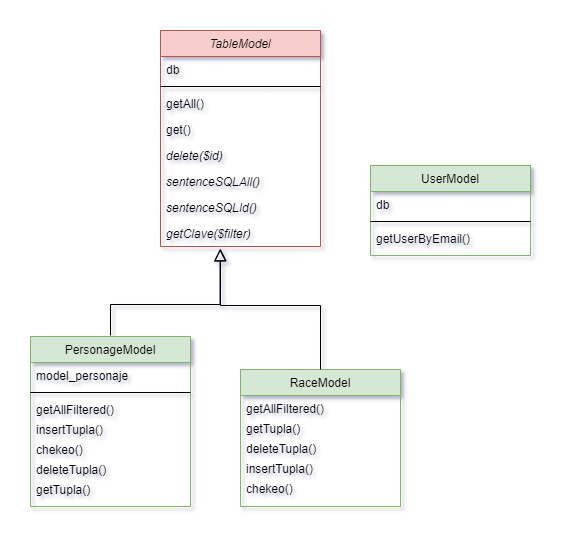
Above: Images/diagModel.png in Malinowsk/Web-2 (draw.io), before the change. Source tidied: cells renumbered, new cells last; positions are measured from the earlier drawing's top-left corner, leaving out a move shared by most shapes. The source it was exported from:
```xml
<mxGraphModel>
  <root>
    <mxCell id="0" />
    <mxCell id="1" parent="0" />
    <mxCell id="2" value="UserModel" style="swimlane;fontStyle=0;align=center;verticalAlign=top;horizontal=1;startSize=26;rounded=0;shadow=0;strokeWidth=1;fillColor=#d5e8d4;strokeColor=#82b366;" parent="1" vertex="1">
      <mxGeometry x="340" y="135" width="160" height="90" as="geometry" />
    </mxCell>
    <mxCell id="3" value="db" style="text;align=left;verticalAlign=top;spacingLeft=4;spacingRight=4;overflow=hidden;" parent="2" vertex="1">
      <mxGeometry y="26" width="160" height="26" as="geometry" />
    </mxCell>
    <mxCell id="4" style="line;html=1;strokeWidth=1;align=left;verticalAlign=middle;spacingTop=-1;spacingLeft=3;spacingRight=3;labelPosition=right;" parent="2" vertex="1">
      <mxGeometry y="52" width="160" height="8" as="geometry" />
    </mxCell>
    <mxCell id="5" value="getUserByEmail()" style="text;align=left;verticalAlign=top;spacingLeft=4;spacingRight=4;overflow=hidden;" parent="2" vertex="1">
      <mxGeometry y="60" width="160" height="26" as="geometry" />
    </mxCell>
    <mxCell id="6" value="PersonageModel" style="swimlane;fontStyle=0;align=center;verticalAlign=top;horizontal=1;startSize=26;rounded=0;shadow=0;strokeWidth=1;fillColor=#d5e8d4;strokeColor=#82b366;" parent="1" vertex="1">
      <mxGeometry y="306" width="160" height="170" as="geometry" />
    </mxCell>
    <mxCell id="7" value="model_personaje" style="text;align=left;verticalAlign=top;spacingLeft=4;spacingRight=4;overflow=hidden;" parent="6" vertex="1">
      <mxGeometry y="26" width="160" height="26" as="geometry" />
    </mxCell>
    <mxCell id="8" style="line;html=1;strokeWidth=1;align=left;verticalAlign=middle;spacingTop=-1;spacingLeft=3;spacingRight=3;labelPosition=right;" parent="6" vertex="1">
      <mxGeometry y="52" width="160" height="8" as="geometry" />
    </mxCell>
    <mxCell id="9" value="getAllFiltered()" style="text;align=left;verticalAlign=top;spacingLeft=4;spacingRight=4;overflow=hidden;fontColor=#000000;fontStyle=0;" parent="6" vertex="1">
      <mxGeometry y="60" width="160" height="20" as="geometry" />
    </mxCell>
    <mxCell id="10" value="insertTupla()" style="text;align=left;verticalAlign=top;spacingLeft=4;spacingRight=4;overflow=hidden;fontColor=#000000;fontStyle=0;" parent="6" vertex="1">
      <mxGeometry y="80" width="160" height="20" as="geometry" />
    </mxCell>
    <mxCell id="11" value="chekeo()" style="text;align=left;verticalAlign=top;spacingLeft=4;spacingRight=4;overflow=hidden;fontColor=#000000;fontStyle=0;" parent="6" vertex="1">
      <mxGeometry y="100" width="160" height="20" as="geometry" />
    </mxCell>
    <mxCell id="12" value="deleteTupla()" style="text;align=left;verticalAlign=top;spacingLeft=4;spacingRight=4;overflow=hidden;fontColor=#000000;fontStyle=0;" parent="6" vertex="1">
      <mxGeometry y="120" width="160" height="20" as="geometry" />
    </mxCell>
    <mxCell id="13" value="getTupla()" style="text;align=left;verticalAlign=top;spacingLeft=4;spacingRight=4;overflow=hidden;fontColor=#000000;fontStyle=0;" parent="6" vertex="1">
      <mxGeometry y="140" width="160" height="24" as="geometry" />
    </mxCell>
    <mxCell id="14" value="RaceModel" style="swimlane;fontStyle=0;align=center;verticalAlign=top;horizontal=1;startSize=26;rounded=0;shadow=0;strokeWidth=1;fillColor=#d5e8d4;strokeColor=#82b366;" parent="1" vertex="1">
      <mxGeometry x="210" y="339" width="160" height="137" as="geometry" />
    </mxCell>
    <mxCell id="15" value="getAllFiltered()" style="text;align=left;verticalAlign=top;spacingLeft=4;spacingRight=4;overflow=hidden;fontColor=#000000;fontStyle=0;" parent="14" vertex="1">
      <mxGeometry y="26" width="160" height="20" as="geometry" />
    </mxCell>
    <mxCell id="16" value="getTupla()" style="text;align=left;verticalAlign=top;spacingLeft=4;spacingRight=4;overflow=hidden;fontColor=#000000;fontStyle=0;" parent="14" vertex="1">
      <mxGeometry y="46" width="160" height="20" as="geometry" />
    </mxCell>
    <mxCell id="17" value="deleteTupla()" style="text;align=left;verticalAlign=top;spacingLeft=4;spacingRight=4;overflow=hidden;fontColor=#000000;fontStyle=0;" parent="14" vertex="1">
      <mxGeometry y="66" width="160" height="20" as="geometry" />
    </mxCell>
    <mxCell id="18" value="insertTupla()" style="text;align=left;verticalAlign=top;spacingLeft=4;spacingRight=4;overflow=hidden;fontColor=#000000;fontStyle=0;" parent="14" vertex="1">
      <mxGeometry y="86" width="160" height="20" as="geometry" />
    </mxCell>
    <mxCell id="19" value="chekeo()" style="text;align=left;verticalAlign=top;spacingLeft=4;spacingRight=4;overflow=hidden;fontColor=#000000;fontStyle=0;" parent="14" vertex="1">
      <mxGeometry y="106" width="160" height="20" as="geometry" />
    </mxCell>
    <mxCell id="20" style="endArrow=block;endSize=10;endFill=0;shadow=0;strokeWidth=1;rounded=0;edgeStyle=elbowEdgeStyle;elbow=vertical;exitX=0.5;exitY=0;exitDx=0;exitDy=0;entryX=0.375;entryY=1.08;entryDx=0;entryDy=0;entryPerimeter=0;" parent="1" edge="1" source="14" target="30">
      <mxGeometry relative="1" as="geometry">
        <Array as="points">
          <mxPoint x="260" y="275" />
        </Array>
      </mxGeometry>
    </mxCell>
    <mxCell id="21" style="endArrow=block;endSize=10;endFill=0;shadow=0;strokeWidth=1;rounded=0;edgeStyle=elbowEdgeStyle;elbow=vertical;entryX=0.366;entryY=1.136;entryDx=0;entryDy=0;entryPerimeter=0;" parent="1" edge="1">
      <mxGeometry relative="1" as="geometry">
        <mxPoint x="80" y="305" as="sourcePoint" />
        <mxPoint x="189.6" y="218.5" as="targetPoint" />
        <Array as="points">
          <mxPoint x="163" y="274" />
        </Array>
      </mxGeometry>
    </mxCell>
    <mxCell id="22" value="TableModel" style="swimlane;fontStyle=2;align=center;verticalAlign=top;horizontal=1;startSize=26;rounded=0;shadow=0;strokeWidth=1;fillColor=#f8cecc;strokeColor=#b85450;" parent="1" vertex="1">
      <mxGeometry x="130" width="160" height="216" as="geometry" />
    </mxCell>
    <mxCell id="23" value="db" style="text;align=left;verticalAlign=top;spacingLeft=4;spacingRight=4;overflow=hidden;" parent="22" vertex="1">
      <mxGeometry y="26" width="160" height="26" as="geometry" />
    </mxCell>
    <mxCell id="24" style="line;html=1;strokeWidth=1;align=left;verticalAlign=middle;spacingTop=-1;spacingLeft=3;spacingRight=3;labelPosition=right;" parent="22" vertex="1">
      <mxGeometry y="52" width="160" height="8" as="geometry" />
    </mxCell>
    <mxCell id="25" value="getAll()" style="text;align=left;verticalAlign=top;spacingLeft=4;spacingRight=4;overflow=hidden;" parent="22" vertex="1">
      <mxGeometry y="60" width="160" height="26" as="geometry" />
    </mxCell>
    <mxCell id="26" value="get()" style="text;align=left;verticalAlign=top;spacingLeft=4;spacingRight=4;overflow=hidden;" parent="22" vertex="1">
      <mxGeometry y="86" width="160" height="26" as="geometry" />
    </mxCell>
    <mxCell id="27" value="delete($id)" style="text;align=left;verticalAlign=top;spacingLeft=4;spacingRight=4;overflow=hidden;fontStyle=2;" parent="22" vertex="1">
      <mxGeometry y="112" width="160" height="26" as="geometry" />
    </mxCell>
    <mxCell id="28" value="sentenceSQLAll()" style="text;align=left;verticalAlign=top;spacingLeft=4;spacingRight=4;overflow=hidden;fontStyle=2;" parent="22" vertex="1">
      <mxGeometry y="138" width="160" height="26" as="geometry" />
    </mxCell>
    <mxCell id="29" value="sentenceSQLId()" style="text;align=left;verticalAlign=top;spacingLeft=4;spacingRight=4;overflow=hidden;fontStyle=2;" parent="22" vertex="1">
      <mxGeometry y="164" width="160" height="26" as="geometry" />
    </mxCell>
    <mxCell id="30" value="getClave($filter)" style="text;align=left;verticalAlign=top;spacingLeft=4;spacingRight=4;overflow=hidden;points=[[0,0.5],[1,0.5]];portConstraint=eastwest;fontStyle=2;" parent="22" vertex="1">
      <mxGeometry y="190" width="160" height="26" as="geometry" />
    </mxCell>
  </root>
</mxGraphModel>
```
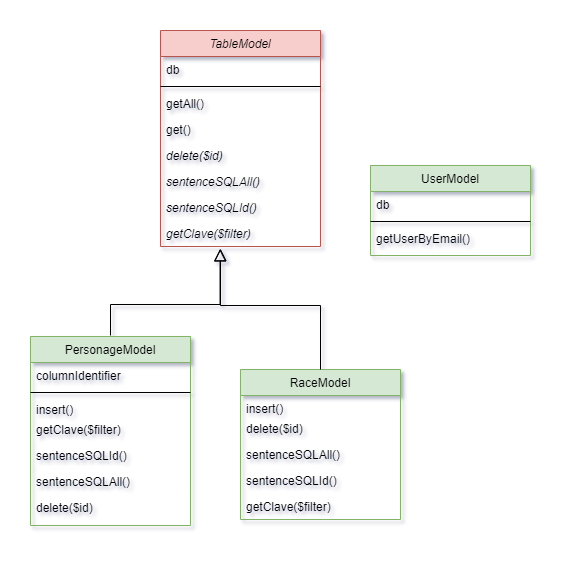
Later version of the same file.

Commit message:
Se agrega diagrama de clases para readme

The edit, as a diff of the source:
```diff
@@ -15,47 +15,47 @@
       <mxGeometry y="60" width="160" height="26" as="geometry" />
     </mxCell>
     <mxCell id="6" value="PersonageModel" style="swimlane;fontStyle=0;align=center;verticalAlign=top;horizontal=1;startSize=26;rounded=0;shadow=0;strokeWidth=1;fillColor=#d5e8d4;strokeColor=#82b366;" parent="1" vertex="1">
-      <mxGeometry y="306" width="160" height="170" as="geometry" />
+      <mxGeometry y="306" width="160" height="189" as="geometry" />
     </mxCell>
-    <mxCell id="7" value="model_personaje" style="text;align=left;verticalAlign=top;spacingLeft=4;spacingRight=4;overflow=hidden;" parent="6" vertex="1">
+    <mxCell id="7" value="columnIdentifier" style="text;align=left;verticalAlign=top;spacingLeft=4;spacingRight=4;overflow=hidden;" parent="6" vertex="1">
       <mxGeometry y="26" width="160" height="26" as="geometry" />
     </mxCell>
     <mxCell id="8" style="line;html=1;strokeWidth=1;align=left;verticalAlign=middle;spacingTop=-1;spacingLeft=3;spacingRight=3;labelPosition=right;" parent="6" vertex="1">
       <mxGeometry y="52" width="160" height="8" as="geometry" />
     </mxCell>
-    <mxCell id="9" value="getAllFiltered()" style="text;align=left;verticalAlign=top;spacingLeft=4;spacingRight=4;overflow=hidden;fontColor=#000000;fontStyle=0;" parent="6" vertex="1">
+    <mxCell id="9" value="insert()" style="text;align=left;verticalAlign=top;spacingLeft=4;spacingRight=4;overflow=hidden;fontColor=#000000;fontStyle=0;" parent="6" vertex="1">
       <mxGeometry y="60" width="160" height="20" as="geometry" />
     </mxCell>
-    <mxCell id="10" value="insertTupla()" style="text;align=left;verticalAlign=top;spacingLeft=4;spacingRight=4;overflow=hidden;fontColor=#000000;fontStyle=0;" parent="6" vertex="1">
-      <mxGeometry y="80" width="160" height="20" as="geometry" />
-    </mxCell>
-    <mxCell id="11" value="chekeo()" style="text;align=left;verticalAlign=top;spacingLeft=4;spacingRight=4;overflow=hidden;fontColor=#000000;fontStyle=0;" parent="6" vertex="1">
-      <mxGeometry y="100" width="160" height="20" as="geometry" />
-    </mxCell>
-    <mxCell id="12" value="deleteTupla()" style="text;align=left;verticalAlign=top;spacingLeft=4;spacingRight=4;overflow=hidden;fontColor=#000000;fontStyle=0;" parent="6" vertex="1">
-      <mxGeometry y="120" width="160" height="20" as="geometry" />
-    </mxCell>
-    <mxCell id="13" value="getTupla()" style="text;align=left;verticalAlign=top;spacingLeft=4;spacingRight=4;overflow=hidden;fontColor=#000000;fontStyle=0;" parent="6" vertex="1">
-      <mxGeometry y="140" width="160" height="24" as="geometry" />
-    </mxCell>
+    <mxCell id="31" value="getClave($filter)" style="text;align=left;verticalAlign=top;spacingLeft=4;spacingRight=4;overflow=hidden;fontStyle=0;" parent="6" vertex="1">
+      <mxGeometry y="80" width="160" height="26" as="geometry" />
+    </mxCell>
+    <mxCell id="32" value="sentenceSQLId()" style="text;align=left;verticalAlign=top;spacingLeft=4;spacingRight=4;overflow=hidden;fontStyle=0;" parent="6" vertex="1">
+      <mxGeometry y="106" width="160" height="26" as="geometry" />
+    </mxCell>
+    <mxCell id="33" value="sentenceSQLAll()" style="text;align=left;verticalAlign=top;spacingLeft=4;spacingRight=4;overflow=hidden;fontStyle=0;" parent="6" vertex="1">
+      <mxGeometry y="132" width="160" height="26" as="geometry" />
+    </mxCell>
+    <mxCell id="34" value="delete($id)" style="text;align=left;verticalAlign=top;spacingLeft=4;spacingRight=4;overflow=hidden;fontStyle=0;" parent="6" vertex="1">
+      <mxGeometry y="158" width="160" height="26" as="geometry" />
+    </mxCell>
     <mxCell id="14" value="RaceModel" style="swimlane;fontStyle=0;align=center;verticalAlign=top;horizontal=1;startSize=26;rounded=0;shadow=0;strokeWidth=1;fillColor=#d5e8d4;strokeColor=#82b366;" parent="1" vertex="1">
-      <mxGeometry x="210" y="339" width="160" height="137" as="geometry" />
+      <mxGeometry x="210" y="339" width="160" height="150" as="geometry" />
     </mxCell>
-    <mxCell id="15" value="getAllFiltered()" style="text;align=left;verticalAlign=top;spacingLeft=4;spacingRight=4;overflow=hidden;fontColor=#000000;fontStyle=0;" parent="14" vertex="1">
-      <mxGeometry y="26" width="160" height="20" as="geometry" />
-    </mxCell>
-    <mxCell id="16" value="getTupla()" style="text;align=left;verticalAlign=top;spacingLeft=4;spacingRight=4;overflow=hidden;fontColor=#000000;fontStyle=0;" parent="14" vertex="1">
-      <mxGeometry y="46" width="160" height="20" as="geometry" />
-    </mxCell>
-    <mxCell id="17" value="deleteTupla()" style="text;align=left;verticalAlign=top;spacingLeft=4;spacingRight=4;overflow=hidden;fontColor=#000000;fontStyle=0;" parent="14" vertex="1">
-      <mxGeometry y="66" width="160" height="20" as="geometry" />
-    </mxCell>
-    <mxCell id="18" value="insertTupla()" style="text;align=left;verticalAlign=top;spacingLeft=4;spacingRight=4;overflow=hidden;fontColor=#000000;fontStyle=0;" parent="14" vertex="1">
-      <mxGeometry y="86" width="160" height="20" as="geometry" />
-    </mxCell>
-    <mxCell id="19" value="chekeo()" style="text;align=left;verticalAlign=top;spacingLeft=4;spacingRight=4;overflow=hidden;fontColor=#000000;fontStyle=0;" parent="14" vertex="1">
-      <mxGeometry y="106" width="160" height="20" as="geometry" />
-    </mxCell>
+    <mxCell id="35" value="insert()" style="text;align=left;verticalAlign=top;spacingLeft=4;spacingRight=4;overflow=hidden;fontColor=#000000;fontStyle=0;" parent="14" vertex="1">
+      <mxGeometry y="26" width="160" height="20" as="geometry" />
+    </mxCell>
+    <mxCell id="36" value="delete($id)" style="text;align=left;verticalAlign=top;spacingLeft=4;spacingRight=4;overflow=hidden;fontStyle=0;" parent="14" vertex="1">
+      <mxGeometry y="46" width="160" height="26" as="geometry" />
+    </mxCell>
+    <mxCell id="37" value="sentenceSQLAll()" style="text;align=left;verticalAlign=top;spacingLeft=4;spacingRight=4;overflow=hidden;fontStyle=0;" parent="14" vertex="1">
+      <mxGeometry y="72" width="160" height="26" as="geometry" />
+    </mxCell>
+    <mxCell id="38" value="sentenceSQLId()" style="text;align=left;verticalAlign=top;spacingLeft=4;spacingRight=4;overflow=hidden;fontStyle=0;" parent="14" vertex="1">
+      <mxGeometry y="98" width="160" height="26" as="geometry" />
+    </mxCell>
+    <mxCell id="39" value="getClave($filter)" style="text;align=left;verticalAlign=top;spacingLeft=4;spacingRight=4;overflow=hidden;fontStyle=0;" parent="14" vertex="1">
+      <mxGeometry y="124" width="160" height="26" as="geometry" />
+    </mxCell>
     <mxCell id="20" style="endArrow=block;endSize=10;endFill=0;shadow=0;strokeWidth=1;rounded=0;edgeStyle=elbowEdgeStyle;elbow=vertical;exitX=0.5;exitY=0;exitDx=0;exitDy=0;entryX=0.375;entryY=1.08;entryDx=0;entryDy=0;entryPerimeter=0;" parent="1" edge="1" source="14" target="30">
       <mxGeometry relative="1" as="geometry">
         <Array as="points">
```
